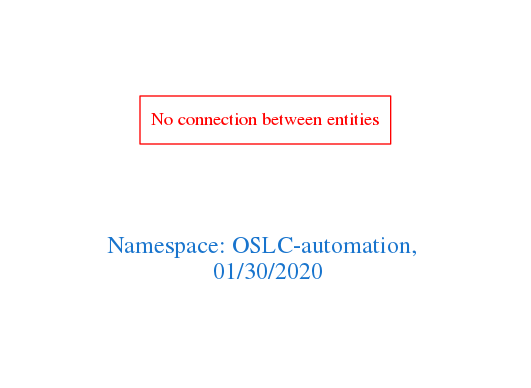
Before: downloads/OSLC-automation.png, a diagram exported from Graphviz (arago/OGIT). Its source is kept beside it as downloads/OSLC-automation.dot.
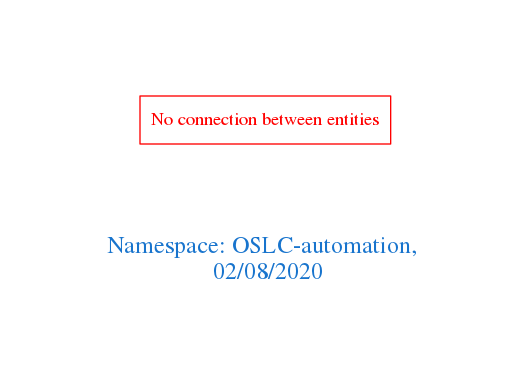
After the commit.

Change to the diagram source:
```diff
@@ -1,7 +1,7 @@
 digraph OGIT_ontology {
  graph [ rankdir= LR,pad=1
 fontsize = 18,
-fontcolor= dodgerblue3,label = "\n\n\nNamespace: OSLC-automation, \n 01/30/2020"];
+fontcolor= dodgerblue3,label = "\n\n\nNamespace: OSLC-automation, \n 02/08/2020"];
 node[shape=polygon];
 edge [  color="gray81"];
 
```
